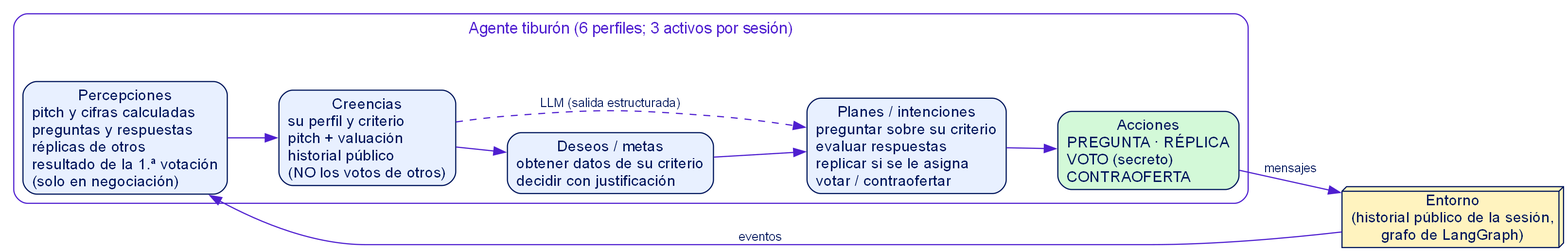
This is docs/figuras/f09a_agente_tiburon.png from albertolopezb/NeuralHub, a Graphviz export, as it was before one commit. Its source is kept beside it as docs/figuras/f09a_agente_tiburon.dot.
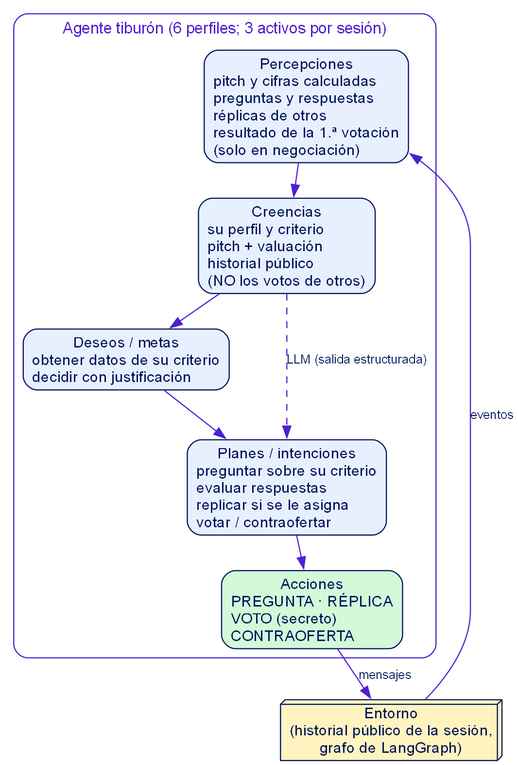
After the commit.

Change to the diagram source:
```diff
@@ -1,4 +1,4 @@
-digraph G{ bgcolor=white; fontname="Helvetica"; node[fontname="Helvetica",fontsize=13,color="#00165C",fontcolor="#00165C",style="rounded,filled",fillcolor="#E8F0FF",shape=box]; edge[fontname="Helvetica",fontsize=11,color="#4F1FD0",fontcolor="#00165C"]; rankdir=LR; nodesep=.4; ranksep=.6;
+digraph G{ bgcolor=white; fontname="Helvetica"; node[fontname="Helvetica",fontsize=13,color="#00165C",fontcolor="#00165C",style="rounded,filled",fillcolor="#E8F0FF",shape=box]; edge[fontname="Helvetica",fontsize=11,color="#4F1FD0",fontcolor="#00165C"]; rankdir=TB; nodesep=.35; ranksep=.4;
 subgraph cluster_a{label="Agente tiburón (6 perfiles; 3 activos por sesión)";fontcolor="#4F1FD0";color="#4F1FD0";style="rounded";fontname="Helvetica";fontsize=14;
  P[label="Percepciones\npitch y cifras calculadas\lpreguntas y respuestas\lréplicas de otros\lresultado de la 1.ª votación\l(solo en negociación)\l"]; B[label="Creencias\nsu perfil y criterio\lpitch + valuación\lhistorial público\l(NO los votos de otros)\l"]; D[label="Deseos / metas\nobtener datos de su criterio\ldecidir con justificación\l"]; I[label="Planes / intenciones\npreguntar sobre su criterio\levaluar respuestas\lreplicar si se le asigna\lvotar / contraofertar\l"]; Ac[label="Acciones\nPREGUNTA · RÉPLICA\lVOTO (secreto)\lCONTRAOFERTA\l",fillcolor="#D3F9D8"]; P->B->D->I->Ac;
  B->I[style=dashed,label="LLM (salida estructurada)"];}
```
